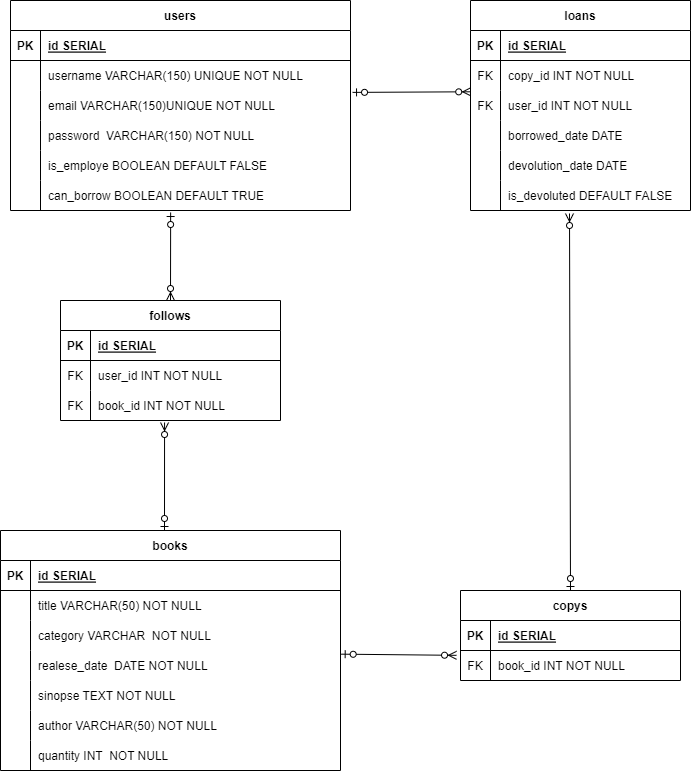
Above: DER.drawio.png in BiblioteKA-Grupo33/Project-Library (draw.io), before the change. Source tidied: cells renumbered, new cells last; positions are measured from the earlier drawing's top-left corner, leaving out a move shared by most shapes.
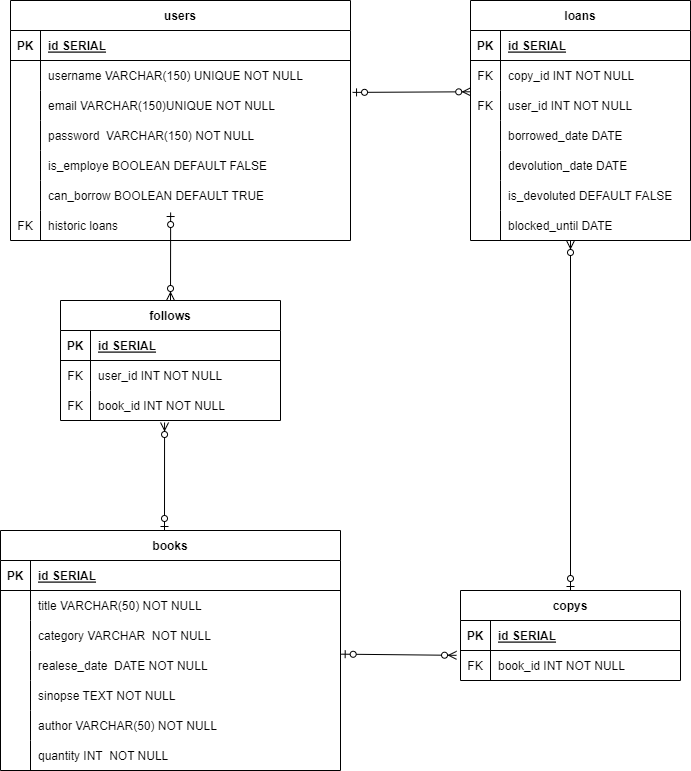
The same file after the commit.

Diff of the diagram source:
```diff
@@ -3,7 +3,7 @@
     <mxCell id="0" />
     <mxCell id="1" parent="0" />
     <mxCell id="2" value="users" style="shape=table;startSize=30;rowLines=0;fontStyle=1;align=center;" parent="1" vertex="1">
-      <mxGeometry x="10" width="340" height="210" as="geometry" />
+      <mxGeometry x="10" width="340" height="240" as="geometry" />
     </mxCell>
     <mxCell id="3" style="shape=tableRow;horizontal=0;startSize=0;swimlaneHead=0;swimlaneBody=0;fillColor=none;top=0;left=0;right=0;bottom=1;" parent="2" vertex="1">
       <mxGeometry y="30" width="340" height="30" as="geometry" />
@@ -59,6 +59,15 @@
     <mxCell id="20" value="can_borrow BOOLEAN DEFAULT TRUE" style="shape=partialRectangle;fillColor=none;top=0;left=0;bottom=0;right=0;align=left;spacingLeft=6;overflow=hidden;" parent="18" vertex="1">
       <mxGeometry x="30" width="310" height="30" as="geometry" />
     </mxCell>
+    <mxCell id="84" style="shape=tableRow;horizontal=0;startSize=0;swimlaneHead=0;swimlaneBody=0;fillColor=none;top=0;left=0;right=0;bottom=0;" parent="2" vertex="1">
+      <mxGeometry y="210" width="340" height="30" as="geometry" />
+    </mxCell>
+    <mxCell id="85" value="FK" style="shape=partialRectangle;fillColor=none;top=0;left=0;bottom=0;right=0;overflow=hidden;" parent="84" vertex="1">
+      <mxGeometry width="30" height="30" as="geometry" />
+    </mxCell>
+    <mxCell id="86" value="historic loans" style="shape=partialRectangle;fillColor=none;top=0;left=0;bottom=0;right=0;align=left;spacingLeft=6;overflow=hidden;" parent="84" vertex="1">
+      <mxGeometry x="30" width="310" height="30" as="geometry" />
+    </mxCell>
     <mxCell id="21" value="books" style="shape=table;startSize=30;rowLines=0;fontStyle=1;align=center;" parent="1" vertex="1">
       <mxGeometry y="530" width="340" height="240" as="geometry" />
     </mxCell>
@@ -147,7 +156,7 @@
       <mxGeometry x="30" width="190" height="30" as="geometry" />
     </mxCell>
     <mxCell id="50" value="loans" style="shape=table;startSize=30;rowLines=0;fontStyle=1;align=center;" parent="1" vertex="1">
-      <mxGeometry x="470" width="220" height="210" as="geometry" />
+      <mxGeometry x="470" width="220" height="240" as="geometry" />
     </mxCell>
     <mxCell id="51" style="shape=tableRow;horizontal=0;startSize=0;swimlaneHead=0;swimlaneBody=0;fillColor=none;top=0;left=0;right=0;bottom=1;" parent="50" vertex="1">
       <mxGeometry y="30" width="220" height="30" as="geometry" />
@@ -203,6 +212,15 @@
     <mxCell id="68" value="is_devoluted DEFAULT FALSE" style="shape=partialRectangle;fillColor=none;top=0;left=0;bottom=0;right=0;align=left;spacingLeft=6;overflow=hidden;" parent="66" vertex="1">
       <mxGeometry x="30" width="190" height="30" as="geometry" />
     </mxCell>
+    <mxCell id="87" style="shape=tableRow;horizontal=0;startSize=0;swimlaneHead=0;swimlaneBody=0;fillColor=none;top=0;left=0;right=0;bottom=0;" parent="50" vertex="1">
+      <mxGeometry y="210" width="220" height="30" as="geometry" />
+    </mxCell>
+    <mxCell id="88" style="shape=partialRectangle;fillColor=none;top=0;left=0;bottom=0;right=0;overflow=hidden;" parent="87" vertex="1">
+      <mxGeometry width="30" height="30" as="geometry" />
+    </mxCell>
+    <mxCell id="89" value="blocked_until DATE " style="shape=partialRectangle;fillColor=none;top=0;left=0;bottom=0;right=0;align=left;spacingLeft=6;overflow=hidden;" parent="87" vertex="1">
+      <mxGeometry x="30" width="190" height="30" as="geometry" />
+    </mxCell>
     <mxCell id="69" value="follows" style="shape=table;startSize=30;rowLines=0;fontStyle=1;align=center;" parent="1" vertex="1">
       <mxGeometry x="60" y="300" width="220" height="120" as="geometry" />
     </mxCell>
@@ -246,8 +264,10 @@
         <mxPoint x="456" y="654.8" as="targetPoint" />
       </mxGeometry>
     </mxCell>
-    <mxCell id="82" style="fontSize=12;html=1;endArrow=ERzeroToMany;startArrow=ERzeroToOne;exitX=0.5;exitY=0;exitDx=0;exitDy=0;entryX=0.45;entryY=1.1;entryDx=0;entryDy=0;entryPerimeter=0;" parent="1" edge="1" source="43" target="66">
-      <mxGeometry relative="1" as="geometry" />
+    <mxCell id="82" style="fontSize=12;html=1;endArrow=ERzeroToMany;startArrow=ERzeroToOne;exitX=0.5;exitY=0;exitDx=0;exitDy=0;" parent="1" edge="1" source="43">
+      <mxGeometry relative="1" as="geometry">
+        <mxPoint x="570" y="240" as="targetPoint" />
+      </mxGeometry>
     </mxCell>
     <mxCell id="83" style="fontSize=12;html=1;endArrow=ERzeroToMany;startArrow=ERzeroToOne;entryX=0.001;entryY=0.043;entryDx=0;entryDy=0;exitX=1.006;exitY=0.063;exitDx=0;exitDy=0;exitPerimeter=0;entryPerimeter=0;" parent="1" edge="1" source="9" target="57">
       <mxGeometry relative="1" as="geometry" />
```
